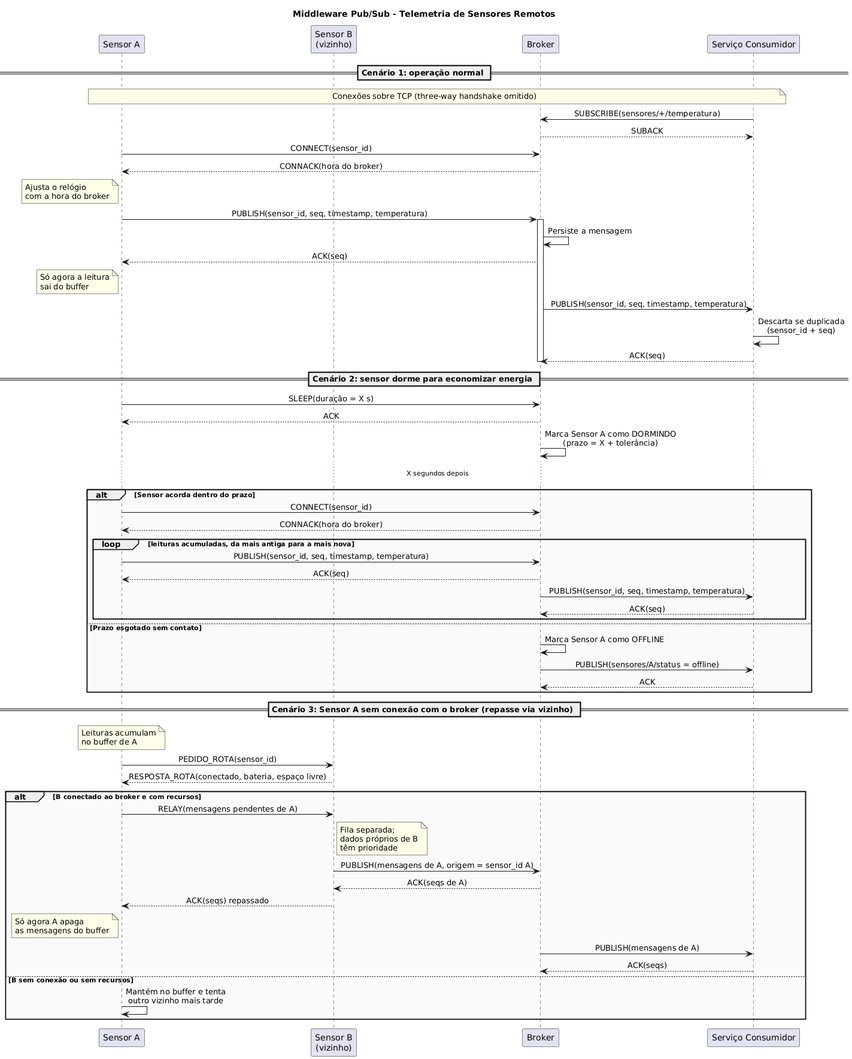
The PlantUML diagram diagrama_sequencia.png in JoaoPedro-MAAR/Maktuf, before a commit. Source of this version:
```plantuml
@startuml diagrama_sequencia
title Middleware Pub/Sub - Telemetria de Sensores Remotos

skinparam sequenceMessageAlign center
skinparam responseMessageBelowArrow true
skinparam noteBackgroundColor #FEFDE7
skinparam sequenceGroupBodyBackgroundColor #FAFAFA

participant "Sensor A" as A
participant "Sensor B\n(vizinho)" as B
participant "Broker" as BR
participant "Serviço Consumidor" as C

== Cenário 1: operação normal ==

note over A, C : Conexões sobre TCP (three-way handshake omitido)

C -> BR : SUBSCRIBE(sensores/+/temperatura)
BR --> C : SUBACK

A -> BR : CONNECT(sensor_id)
BR --> A : CONNACK(hora do broker)
note left of A : Ajusta o relógio\ncom a hora do broker

A -> BR : PUBLISH(sensor_id, seq, timestamp, temperatura)
activate BR
BR -> BR : Persiste a mensagem
BR --> A : ACK(seq)
note left of A : Só agora a leitura\nsai do buffer
BR -> C : PUBLISH(sensor_id, seq, timestamp, temperatura)
C -> C : Descarta se duplicada\n(sensor_id + seq)
C --> BR : ACK(seq)
deactivate BR

== Cenário 2: sensor dorme para economizar energia ==

A -> BR : SLEEP(duração = X s)
BR --> A : ACK
BR -> BR : Marca Sensor A como DORMINDO\n(prazo = X + tolerância)

... X segundos depois ...

alt Sensor acorda dentro do prazo
  A -> BR : CONNECT(sensor_id)
  BR --> A : CONNACK(hora do broker)
  loop leituras acumuladas, da mais antiga para a mais nova
    A -> BR : PUBLISH(sensor_id, seq, timestamp, temperatura)
    BR --> A : ACK(seq)
    BR -> C : PUBLISH(sensor_id, seq, timestamp, temperatura)
    C --> BR : ACK(seq)
  end
else Prazo esgotado sem contato
  BR -> BR : Marca Sensor A como OFFLINE
  BR -> C : PUBLISH(sensores/A/status = offline)
  C --> BR : ACK
end

== Cenário 3: Sensor A sem conexão com o broker (repasse via vizinho) ==

note over A : Leituras acumulam\nno buffer de A

A -> B : PEDIDO_ROTA(sensor_id)
B --> A : RESPOSTA_ROTA(conectado, bateria, espaço livre)

alt B conectado ao broker e com recursos
  A -> B : RELAY(mensagens pendentes de A)
  note right of B : Fila separada;\ndados próprios de B\ntêm prioridade
  B -> BR : PUBLISH(mensagens de A, origem = sensor_id A)
  BR --> B : ACK(seqs de A)
  B --> A : ACK(seqs) repassado
  note left of A : Só agora A apaga\nas mensagens do buffer
  BR -> C : PUBLISH(mensagens de A)
  C --> BR : ACK(seqs)
else B sem conexão ou sem recursos
  A -> A : Mantém no buffer e tenta\noutro vizinho mais tarde
end

@enduml
```
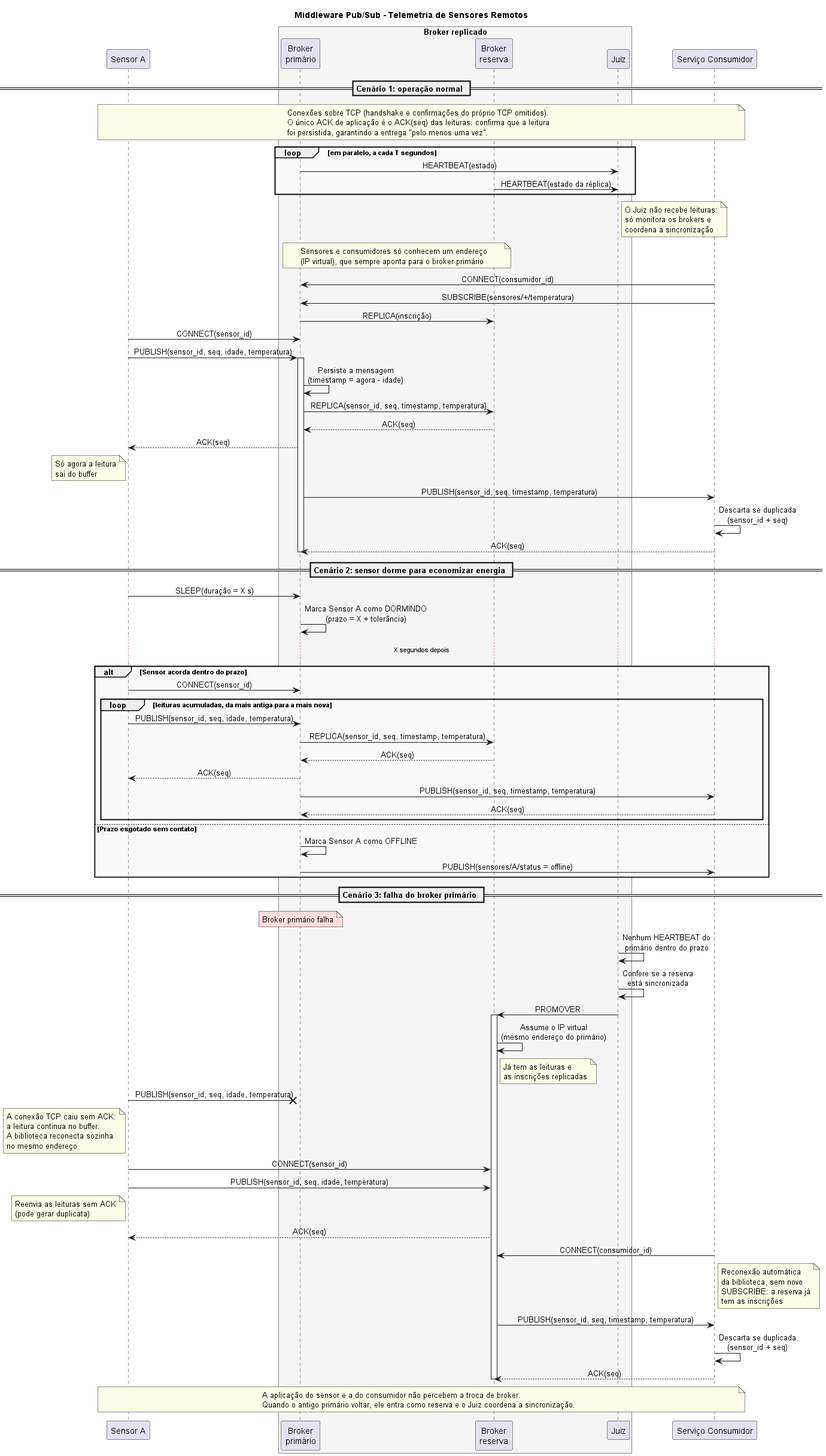
The same diagram one commit later.

Change to the diagram source:
```diff
@@ -7,24 +7,35 @@
 skinparam sequenceGroupBodyBackgroundColor #FAFAFA
 
 participant "Sensor A" as A
-participant "Sensor B\n(vizinho)" as B
-participant "Broker" as BR
+box "Broker replicado" #F5F5F5
+participant "Broker\nprimário" as BR
+participant "Broker\nreserva" as RS
+participant "Juiz" as J
+end box
 participant "Serviço Consumidor" as C
 
 == Cenário 1: operação normal ==
 
-note over A, C : Conexões sobre TCP (three-way handshake omitido)
+note over A, C : Conexões sobre TCP (handshake e confirmações do próprio TCP omitidos).\nO único ACK de aplicação é o ACK(seq) das leituras: confirma que a leitura\nfoi persistida, garantindo a entrega "pelo menos uma vez".
 
+loop em paralelo, a cada T segundos
+  BR -> J : HEARTBEAT(estado)
+  RS -> J : HEARTBEAT(estado da réplica)
+end
+note right of J : O Juiz não recebe leituras:\nsó monitora os brokers e\ncoordena a sincronização
+note over BR, RS : Sensores e consumidores só conhecem um endereço\n(IP virtual), que sempre aponta para o broker primário
+
+C -> BR : CONNECT(consumidor_id)
 C -> BR : SUBSCRIBE(sensores/+/temperatura)
-BR --> C : SUBACK
+BR -> RS : REPLICA(inscrição)
 
 A -> BR : CONNECT(sensor_id)
-BR --> A : CONNACK(hora do broker)
-note left of A : Ajusta o relógio\ncom a hora do broker
 
-A -> BR : PUBLISH(sensor_id, seq, timestamp, temperatura)
+A -> BR : PUBLISH(sensor_id, seq, idade, temperatura)
 activate BR
-BR -> BR : Persiste a mensagem
+BR -> BR : Persiste a mensagem\n(timestamp = agora - idade)
+BR -> RS : REPLICA(sensor_id, seq, timestamp, temperatura)
+RS --> BR : ACK(seq)
 BR --> A : ACK(seq)
 note left of A : Só agora a leitura\nsai do buffer
 BR -> C : PUBLISH(sensor_id, seq, timestamp, temperatura)
@@ -35,16 +46,16 @@
 == Cenário 2: sensor dorme para economizar energia ==
 
 A -> BR : SLEEP(duração = X s)
-BR --> A : ACK
 BR -> BR : Marca Sensor A como DORMINDO\n(prazo = X + tolerância)
 
 ... X segundos depois ...
 
 alt Sensor acorda dentro do prazo
   A -> BR : CONNECT(sensor_id)
-  BR --> A : CONNACK(hora do broker)
   loop leituras acumuladas, da mais antiga para a mais nova
-    A -> BR : PUBLISH(sensor_id, seq, timestamp, temperatura)
+    A -> BR : PUBLISH(sensor_id, seq, idade, temperatura)
+    BR -> RS : REPLICA(sensor_id, seq, timestamp, temperatura)
+    RS --> BR : ACK(seq)
     BR --> A : ACK(seq)
     BR -> C : PUBLISH(sensor_id, seq, timestamp, temperatura)
     C --> BR : ACK(seq)
@@ -52,27 +63,34 @@
 else Prazo esgotado sem contato
   BR -> BR : Marca Sensor A como OFFLINE
   BR -> C : PUBLISH(sensores/A/status = offline)
-  C --> BR : ACK
 end
 
-== Cenário 3: Sensor A sem conexão com o broker (repasse via vizinho) ==
+== Cenário 3: falha do broker primário ==
 
-note over A : Leituras acumulam\nno buffer de A
+note over BR #FFDDDD : Broker primário falha
 
-A -> B : PEDIDO_ROTA(sensor_id)
-B --> A : RESPOSTA_ROTA(conectado, bateria, espaço livre)
+J -> J : Nenhum HEARTBEAT do\nprimário dentro do prazo
+J -> J : Confere se a reserva\nestá sincronizada
+J -> RS : PROMOVER
+activate RS
+RS -> RS : Assume o IP virtual\n(mesmo endereço do primário)
+note right of RS : Já tem as leituras e\nas inscrições replicadas
 
-alt B conectado ao broker e com recursos
-  A -> B : RELAY(mensagens pendentes de A)
-  note right of B : Fila separada;\ndados próprios de B\ntêm prioridade
-  B -> BR : PUBLISH(mensagens de A, origem = sensor_id A)
-  BR --> B : ACK(seqs de A)
-  B --> A : ACK(seqs) repassado
-  note left of A : Só agora A apaga\nas mensagens do buffer
-  BR -> C : PUBLISH(mensagens de A)
-  C --> BR : ACK(seqs)
-else B sem conexão ou sem recursos
-  A -> A : Mantém no buffer e tenta\noutro vizinho mais tarde
-end
+A ->x BR : PUBLISH(sensor_id, seq, idade, temperatura)
+note left of A : A conexão TCP caiu sem ACK:\na leitura continua no buffer.\nA biblioteca reconecta sozinha\nno mesmo endereço
+
+A -> RS : CONNECT(sensor_id)
+A -> RS : PUBLISH(sensor_id, seq, idade, temperatura)
+note left of A : Reenvia as leituras sem ACK\n(pode gerar duplicata)
+RS --> A : ACK(seq)
+
+C -> RS : CONNECT(consumidor_id)
+note right of C : Reconexão automática\nda biblioteca, sem novo\nSUBSCRIBE: a reserva já\ntem as inscrições
+RS -> C : PUBLISH(sensor_id, seq, timestamp, temperatura)
+C -> C : Descarta se duplicada\n(sensor_id + seq)
+C --> RS : ACK(seq)
+deactivate RS
+
+note over A, C : A aplicação do sensor e a do consumidor não percebem a troca de broker.\nQuando o antigo primário voltar, ele entra como reserva e o Juiz coordena a sincronização.
 
 @enduml
```
